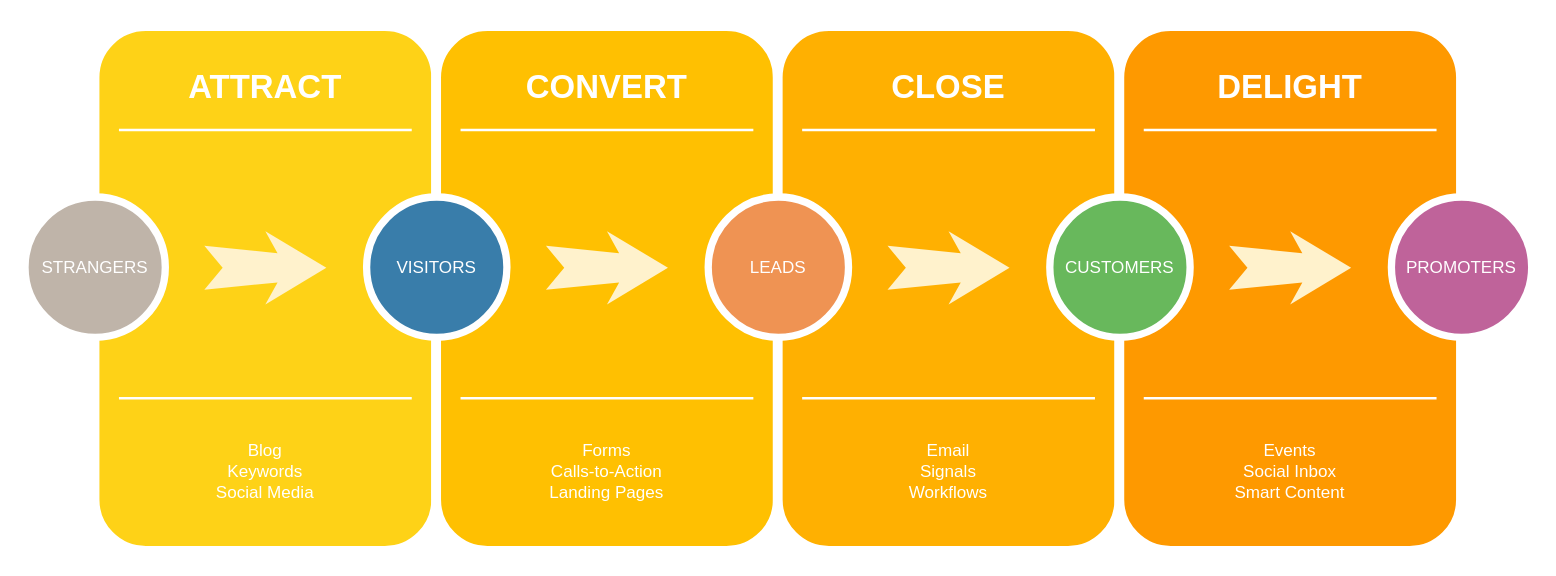
Earlier version of the draw.io diagram 未命名绘图.drawio (dream2333/MindCharts). Source tidied: cells renumbered, new cells numbered last; positions are measured from the earlier drawing's top-left corner, leaving out a move shared by most shapes. Both pictures are drawn from the tidied source at 122%, with x=0, y=0 at pixel (24, 26). Pictures stored in the file or linked from it are replaced by grey dashed boxes.
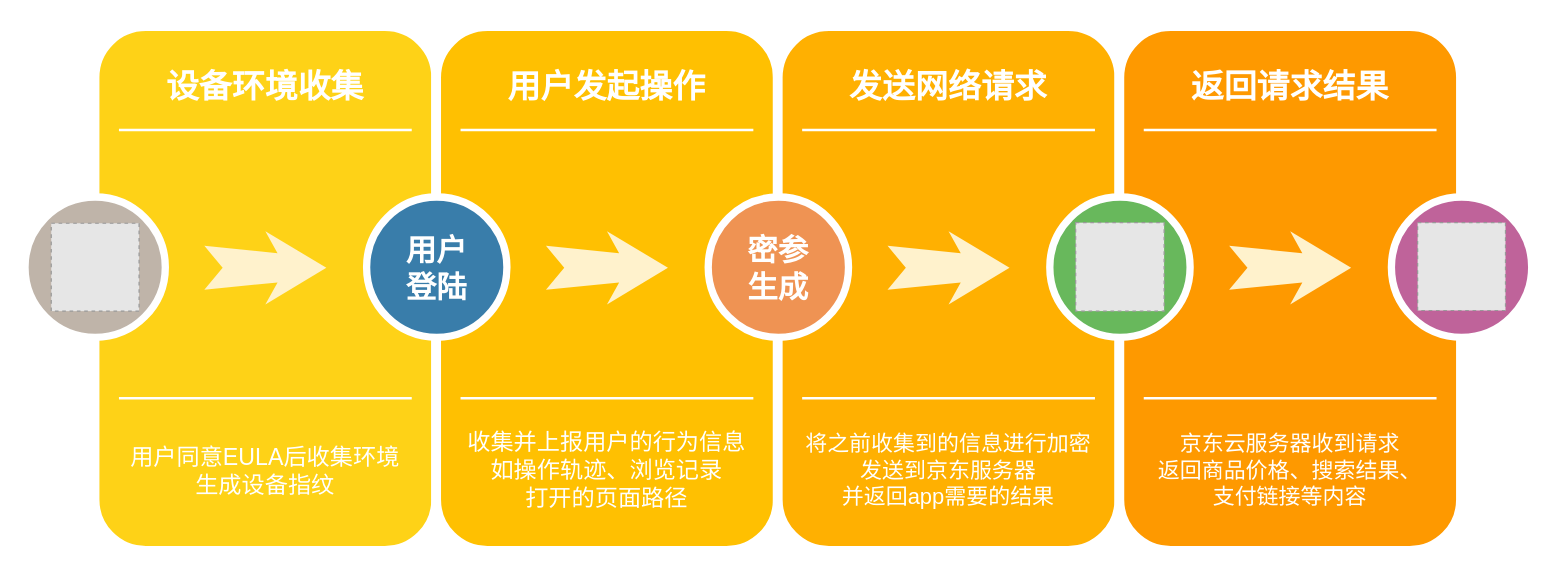
The same diagram, later.

Commit message:
京东数据请求流程.drawio

The edit, as a diff of the source:
```diff
@@
-    <mxCell id="3" value="ATTRACT" style="text;html=1;strokeColor=none;fillColor=none;align=center;verticalAlign=middle;whiteSpace=wrap;rounded=0;shadow=0;fontSize=27;fontColor=#FFFFFF;fontStyle=1;" parent="1" vertex="1">
+    <mxCell id="3" value="设备环境收集" style="text;html=1;strokeColor=none;fillColor=none;align=center;verticalAlign=middle;whiteSpace=wrap;rounded=0;shadow=0;fontSize=27;fontColor=#FFFFFF;fontStyle=1;" parent="1" vertex="1">
       <mxGeometry x="57" y="20" width="280" height="60" as="geometry" />
     </mxCell>
-    <mxCell id="4" value="Blog&lt;div&gt;Keywords&lt;/div&gt;&lt;div&gt;Social Media&lt;/div&gt;" style="text;html=1;strokeColor=none;fillColor=none;align=center;verticalAlign=middle;whiteSpace=wrap;rounded=0;shadow=0;fontSize=14;fontColor=#FFFFFF;" parent="1" vertex="1">
+    <mxCell id="4" value="&lt;font style=&quot;font-size: 19px;&quot;&gt;用户同意EULA后收集环境&lt;br&gt;生成设备指纹&lt;/font&gt;" style="text;html=1;strokeColor=none;fillColor=none;align=center;verticalAlign=middle;whiteSpace=wrap;rounded=0;shadow=0;fontSize=14;fontColor=#FFFFFF;" parent="1" vertex="1">
       <mxGeometry x="57" y="320" width="280" height="90" as="geometry" />
     </mxCell>
@@
-    <mxCell id="7" value="STRANGERS" style="ellipse;whiteSpace=wrap;html=1;rounded=0;shadow=0;strokeWidth=6;fontSize=14;align=center;fillColor=#BFB4A9;strokeColor=#FFFFFF;fontColor=#FFFFFF;" parent="1" vertex="1">
+    <mxCell id="7" style="ellipse;whiteSpace=wrap;html=1;rounded=0;shadow=0;strokeWidth=6;fontSize=14;align=center;fillColor=#BFB4A9;strokeColor=#FFFFFF;fontColor=#FFFFFF;" parent="1" vertex="1">
       <mxGeometry y="140" width="115" height="115" as="geometry" />
     </mxCell>
@@
-    <mxCell id="10" value="CONVERT" style="text;html=1;strokeColor=none;fillColor=none;align=center;verticalAlign=middle;whiteSpace=wrap;rounded=0;shadow=0;fontSize=27;fontColor=#FFFFFF;fontStyle=1;" parent="1" vertex="1">
+    <mxCell id="10" value="用户发起操作" style="text;html=1;strokeColor=none;fillColor=none;align=center;verticalAlign=middle;whiteSpace=wrap;rounded=0;shadow=0;fontSize=27;fontColor=#FFFFFF;fontStyle=1;" parent="1" vertex="1">
       <mxGeometry x="337" y="20" width="280" height="60" as="geometry" />
     </mxCell>
-    <mxCell id="11" value="Forms&lt;div&gt;Calls-to-Action&lt;/div&gt;&lt;div&gt;Landing Pages&lt;/div&gt;" style="text;html=1;strokeColor=none;fillColor=none;align=center;verticalAlign=middle;whiteSpace=wrap;rounded=0;shadow=0;fontSize=14;fontColor=#FFFFFF;" parent="1" vertex="1">
+    <mxCell id="11" value="&lt;font style=&quot;font-size: 19px;&quot;&gt;收集并上报用户的行为信息&lt;br&gt;如操作轨迹、浏览记录&lt;br&gt;打开的页面路径&lt;/font&gt;" style="text;html=1;strokeColor=none;fillColor=none;align=center;verticalAlign=middle;whiteSpace=wrap;rounded=0;shadow=0;fontSize=14;fontColor=#FFFFFF;" parent="1" vertex="1">
       <mxGeometry x="337" y="320" width="280" height="90" as="geometry" />
     </mxCell>
@@
-    <mxCell id="14" value="VISITORS" style="ellipse;whiteSpace=wrap;html=1;rounded=0;shadow=0;strokeWidth=6;fontSize=14;align=center;fillColor=#397DAA;strokeColor=#FFFFFF;fontColor=#FFFFFF;" parent="1" vertex="1">
+    <mxCell id="14" value="&lt;font style=&quot;font-size: 25px;&quot;&gt;&lt;b style=&quot;&quot;&gt;用户&lt;/b&gt;&lt;/font&gt;&lt;div&gt;&lt;b style=&quot;&quot;&gt;&lt;font style=&quot;font-size: 25px;&quot;&gt;登陆&lt;/font&gt;&lt;/b&gt;&lt;/div&gt;" style="ellipse;whiteSpace=wrap;html=1;rounded=0;shadow=0;strokeWidth=6;fontSize=14;align=center;fillColor=#397DAA;strokeColor=#FFFFFF;fontColor=#FFFFFF;" parent="1" vertex="1">
       <mxGeometry x="280" y="140" width="115" height="115" as="geometry" />
     </mxCell>
@@
-    <mxCell id="17" value="CLOSE" style="text;html=1;strokeColor=none;fillColor=none;align=center;verticalAlign=middle;whiteSpace=wrap;rounded=0;shadow=0;fontSize=27;fontColor=#FFFFFF;fontStyle=1;" parent="1" vertex="1">
+    <mxCell id="17" value="发送网络请求" style="text;html=1;strokeColor=none;fillColor=none;align=center;verticalAlign=middle;whiteSpace=wrap;rounded=0;shadow=0;fontSize=27;fontColor=#FFFFFF;fontStyle=1;" parent="1" vertex="1">
       <mxGeometry x="617" y="20" width="280" height="60" as="geometry" />
     </mxCell>
-    <mxCell id="18" value="Email&lt;div&gt;Signals&lt;/div&gt;&lt;div&gt;Workflows&lt;/div&gt;" style="text;html=1;strokeColor=none;fillColor=none;align=center;verticalAlign=middle;whiteSpace=wrap;rounded=0;shadow=0;fontSize=14;fontColor=#FFFFFF;" parent="1" vertex="1">
+    <mxCell id="18" value="&lt;font style=&quot;font-size: 18px;&quot;&gt;将之前收集到的信息进行加密&lt;/font&gt;&lt;div&gt;&lt;font style=&quot;font-size: 18px;&quot;&gt;发送到京东服务器&lt;/font&gt;&lt;/div&gt;&lt;div&gt;&lt;font style=&quot;font-size: 18px;&quot;&gt;并返回app需要的结果&lt;/font&gt;&lt;/div&gt;" style="text;html=1;strokeColor=none;fillColor=none;align=center;verticalAlign=middle;whiteSpace=wrap;rounded=0;shadow=0;fontSize=14;fontColor=#FFFFFF;" parent="1" vertex="1">
       <mxGeometry x="617" y="320" width="280" height="90" as="geometry" />
     </mxCell>
@@
-    <mxCell id="21" value="LEADS" style="ellipse;whiteSpace=wrap;html=1;rounded=0;shadow=0;strokeWidth=6;fontSize=14;align=center;fillColor=#EF9353;strokeColor=#FFFFFF;fontColor=#FFFFFF;" parent="1" vertex="1">
+    <mxCell id="21" value="&lt;font&gt;&lt;b&gt;密参&lt;/b&gt;&lt;/font&gt;&lt;div&gt;&lt;font&gt;&lt;b&gt;生成&lt;/b&gt;&lt;/font&gt;&lt;/div&gt;" style="ellipse;whiteSpace=wrap;html=1;rounded=0;shadow=0;strokeWidth=6;fontSize=25;align=center;fillColor=#EF9353;strokeColor=#FFFFFF;fontColor=#FFFFFF;" parent="1" vertex="1">
       <mxGeometry x="560" y="140" width="115" height="115" as="geometry" />
     </mxCell>
@@
-    <mxCell id="24" value="DELIGHT" style="text;html=1;strokeColor=none;fillColor=none;align=center;verticalAlign=middle;whiteSpace=wrap;rounded=0;shadow=0;fontSize=27;fontColor=#FFFFFF;fontStyle=1;" parent="1" vertex="1">
+    <mxCell id="24" value="返回请求结果" style="text;html=1;strokeColor=none;fillColor=none;align=center;verticalAlign=middle;whiteSpace=wrap;rounded=0;shadow=0;fontSize=27;fontColor=#FFFFFF;fontStyle=1;" parent="1" vertex="1">
       <mxGeometry x="897" y="20" width="280" height="60" as="geometry" />
     </mxCell>
-    <mxCell id="25" value="Events&lt;div&gt;Social Inbox&lt;/div&gt;&lt;div&gt;Smart Content&lt;/div&gt;" style="text;html=1;strokeColor=none;fillColor=none;align=center;verticalAlign=middle;whiteSpace=wrap;rounded=0;shadow=0;fontSize=14;fontColor=#FFFFFF;" parent="1" vertex="1">
-      <mxGeometry x="897" y="320" width="280" height="90" as="geometry" />
-    </mxCell>
@@
-    <mxCell id="28" value="CUSTOMERS" style="ellipse;whiteSpace=wrap;html=1;rounded=0;shadow=0;strokeWidth=6;fontSize=14;align=center;fillColor=#68B85C;strokeColor=#FFFFFF;fontColor=#FFFFFF;" parent="1" vertex="1">
+    <mxCell id="28" style="ellipse;whiteSpace=wrap;html=1;rounded=0;shadow=0;strokeWidth=6;fontSize=14;align=center;fillColor=#68B85C;strokeColor=#FFFFFF;fontColor=#FFFFFF;" parent="1" vertex="1">
       <mxGeometry x="840" y="140" width="115" height="115" as="geometry" />
     </mxCell>
@@
-    <mxCell id="30" value="PROMOTERS" style="ellipse;whiteSpace=wrap;html=1;rounded=0;shadow=0;strokeWidth=6;fontSize=14;align=center;fillColor=#BF639A;strokeColor=#FFFFFF;fontColor=#FFFFFF;" parent="1" vertex="1">
+    <mxCell id="30" style="ellipse;whiteSpace=wrap;html=1;rounded=0;shadow=0;strokeWidth=6;fontSize=14;align=center;fillColor=#BF639A;strokeColor=#FFFFFF;fontColor=#FFFFFF;" parent="1" vertex="1">
       <mxGeometry x="1120" y="140" width="115" height="115" as="geometry" />
     </mxCell>
+    <mxCell id="31" style="fillColor=#E6E6E6;strokeColor=#999999;dashed=1;verticalLabelPosition=bottom;verticalAlign=top;" parent="1" vertex="1">
+      <mxGeometry x="21.5" y="161.5" width="72" height="72" as="geometry" />
+    </mxCell>
+    <mxCell id="32" style="fillColor=#E6E6E6;strokeColor=#999999;dashed=1;verticalLabelPosition=bottom;verticalAlign=top;" parent="1" vertex="1">
+      <mxGeometry x="861.2" y="161" width="72.5" height="72.5" as="geometry" />
+    </mxCell>
+    <mxCell id="33" style="fillColor=#E6E6E6;strokeColor=#999999;dashed=1;verticalLabelPosition=bottom;verticalAlign=top;" parent="1" vertex="1">
+      <mxGeometry x="1141.5" y="161" width="72" height="72" as="geometry" />
+    </mxCell>
+    <mxCell id="34" value="&lt;span style=&quot;font-size: 18px;&quot;&gt;京东云服务器收到请求&lt;br&gt;返回商品价格、搜索结果、&lt;/span&gt;&lt;div&gt;&lt;span style=&quot;font-size: 18px;&quot;&gt;支付链接等内容&lt;/span&gt;&lt;/div&gt;" style="text;html=1;strokeColor=none;fillColor=none;align=center;verticalAlign=middle;whiteSpace=wrap;rounded=0;shadow=0;fontSize=14;fontColor=#FFFFFF;" parent="1" vertex="1">
+      <mxGeometry x="897" y="320" width="280" height="90" as="geometry" />
+    </mxCell>
```
